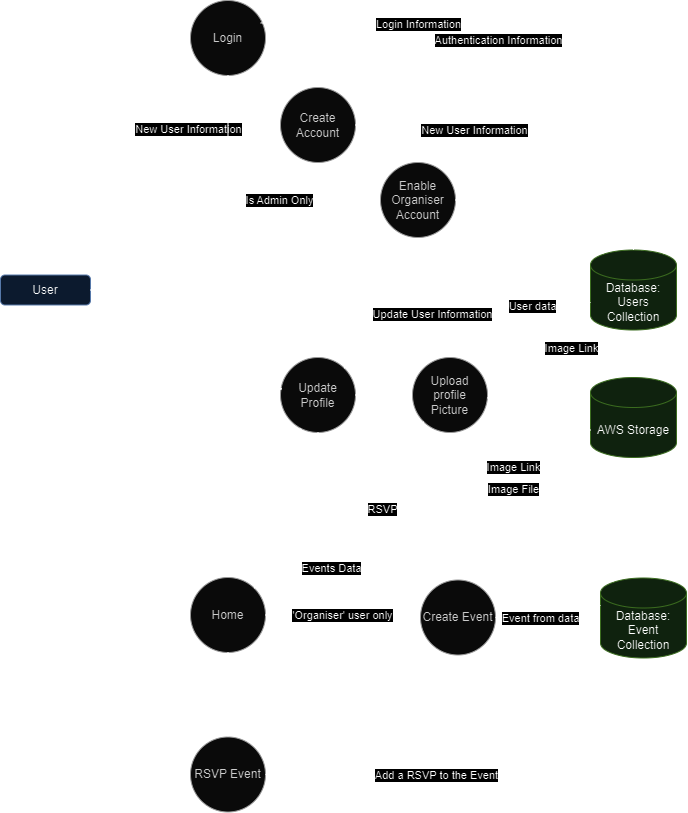
Earlier version of the draw.io export assets/DataFlowDiagram/overview_diagram.drawio.png (finleyjepson/T3A2-A). Source tidied: cells renumbered, new cells last; positions are measured from the earlier drawing's top-left corner, leaving out a move shared by most shapes.
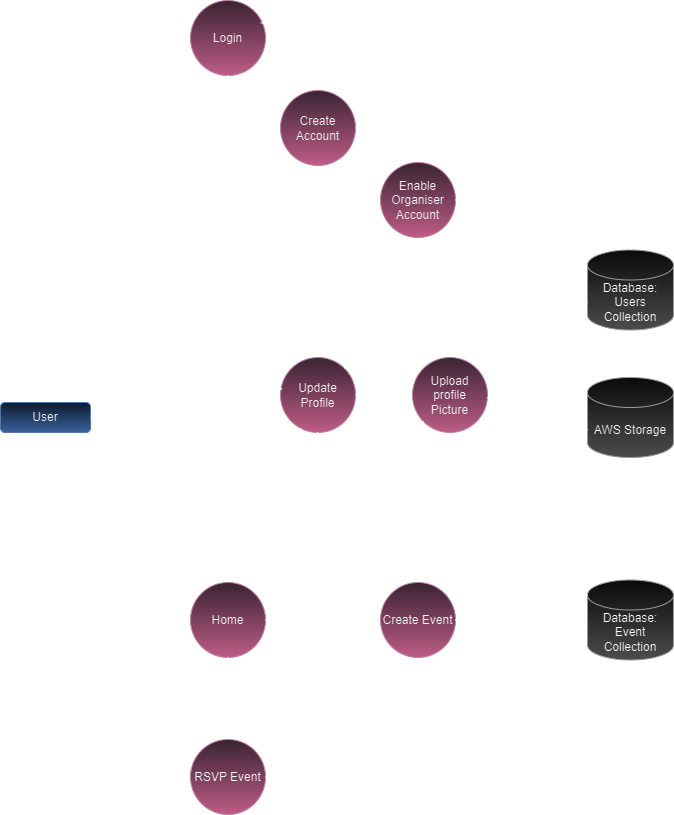
Above is the later version.

Commit message:
refactor: colour, layout

Change to the diagram source:
```diff
@@ -4,12 +4,12 @@
     <mxCell id="1" parent="0" />
-    <mxCell id="2" value="User" style="rounded=1;whiteSpace=wrap;html=1;fillColor=#dae8fc;strokeColor=#6c8ebf;" parent="1" vertex="1">
-      <mxGeometry y="274.5" width="90" height="30" as="geometry" />
+    <mxCell id="2" value="User" style="rounded=1;whiteSpace=wrap;html=1;fillColor=#dae8fc;strokeColor=#6c8ebf;gradientColor=#7ea6e0;" parent="1" vertex="1">
+      <mxGeometry y="402" width="90" height="30" as="geometry" />
     </mxCell>
-    <mxCell id="3" value="Login" style="ellipse;whiteSpace=wrap;html=1;fillColor=#f5f5f5;strokeColor=#666666;fontColor=#333333;" parent="1" vertex="1">
+    <mxCell id="3" value="Login" style="ellipse;whiteSpace=wrap;html=1;fillColor=#e6d0de;strokeColor=#996185;gradientColor=#d5739d;" parent="1" vertex="1">
       <mxGeometry x="190" width="75" height="75" as="geometry" />
     </mxCell>
-    <mxCell id="4" style="endArrow=classic;html=1;rounded=0;exitX=1;exitY=0.5;exitDx=0;exitDy=0;entryX=0;entryY=0.5;entryDx=0;entryDy=0;" parent="1" edge="1" source="2" target="3">
+    <mxCell id="4" style="endArrow=classic;html=1;rounded=1;exitX=1;exitY=0.5;exitDx=0;exitDy=0;entryX=0;entryY=0.5;entryDx=0;entryDy=0;curved=0;" parent="1" edge="1" source="2" target="3">
       <mxGeometry relative="1" as="geometry">
         <Array as="points">
-          <mxPoint x="120" y="290" />
+          <mxPoint x="120" y="417" />
           <mxPoint x="120" y="37" />
@@ -18,9 +18,9 @@
     </mxCell>
-    <mxCell id="5" value="Database: Users Collection" style="shape=cylinder3;whiteSpace=wrap;html=1;boundedLbl=1;backgroundOutline=1;size=15;fillColor=#d5e8d4;strokeColor=#82b366;" parent="1" vertex="1">
-      <mxGeometry x="590" y="249.5" width="86" height="80" as="geometry" />
+    <mxCell id="5" value="Database: Users Collection" style="shape=cylinder3;whiteSpace=wrap;html=1;boundedLbl=1;backgroundOutline=1;size=15;fillColor=#f5f5f5;strokeColor=#666666;gradientColor=#b3b3b3;" parent="1" vertex="1">
+      <mxGeometry x="587" y="249.5" width="86" height="80" as="geometry" />
     </mxCell>
-    <mxCell id="6" style="endArrow=classic;html=1;rounded=0;exitX=0.936;exitY=0.299;exitDx=0;exitDy=0;exitPerimeter=0;entryX=0.855;entryY=0;entryDx=0;entryDy=4.35;entryPerimeter=0;" parent="1" edge="1" source="3" target="5">
+    <mxCell id="6" style="endArrow=classic;html=1;rounded=1;exitX=0.936;exitY=0.299;exitDx=0;exitDy=0;exitPerimeter=0;entryX=0.855;entryY=0;entryDx=0;entryDy=4.35;entryPerimeter=0;curved=0;" parent="1" edge="1" source="3" target="5">
       <mxGeometry relative="1" as="geometry">
         <Array as="points">
-          <mxPoint x="664" y="22" />
+          <mxPoint x="660" y="22" />
         </Array>
@@ -28,6 +28,8 @@
     </mxCell>
-    <mxCell id="7" value="Login Information" style="edgeLabel;html=1;align=center;verticalAlign=middle;" parent="6" vertex="1">
-      <mxGeometry x="-0.51" y="-1" relative="1" as="geometry" />
+    <mxCell id="7" value="Login Information" style="edgeLabel;html=1;align=center;verticalAlign=middle;labelBackgroundColor=none;" parent="6" vertex="1">
+      <mxGeometry x="-0.51" y="-1" relative="1" as="geometry">
+        <mxPoint x="-4" y="-9" as="offset" />
+      </mxGeometry>
     </mxCell>
-    <mxCell id="8" style="endArrow=classic;html=1;rounded=0;exitX=0.5;exitY=0;exitDx=0;exitDy=0;exitPerimeter=0;entryX=1;entryY=0.5;entryDx=0;entryDy=0;" parent="1" edge="1" source="5" target="3">
+    <mxCell id="8" style="endArrow=classic;html=1;rounded=1;exitX=0.5;exitY=0;exitDx=0;exitDy=0;exitPerimeter=0;entryX=1;entryY=0.5;entryDx=0;entryDy=0;curved=0;" parent="1" edge="1" source="5" target="3">
       <mxGeometry relative="1" as="geometry">
@@ -38,17 +40,25 @@
     </mxCell>
-    <mxCell id="9" value="Authentication Information" style="edgeLabel;html=1;align=center;verticalAlign=middle;" parent="8" vertex="1">
-      <mxGeometry x="0.19" y="2" relative="1" as="geometry" />
+    <mxCell id="9" value="Authentication Information" style="edgeLabel;html=1;align=center;verticalAlign=middle;labelBackgroundColor=none;" parent="8" vertex="1">
+      <mxGeometry x="0.19" y="2" relative="1" as="geometry">
+        <mxPoint y="8" as="offset" />
+      </mxGeometry>
     </mxCell>
-    <mxCell id="10" value="Create Account" style="ellipse;whiteSpace=wrap;html=1;fillColor=#f5f5f5;strokeColor=#666666;fontColor=#333333;" parent="1" vertex="1">
-      <mxGeometry x="280" y="87" width="75" height="75" as="geometry" />
+    <mxCell id="10" value="Create Account" style="ellipse;whiteSpace=wrap;html=1;fillColor=#e6d0de;strokeColor=#996185;gradientColor=#d5739d;" parent="1" vertex="1">
+      <mxGeometry x="280" y="90" width="75" height="75" as="geometry" />
     </mxCell>
-    <mxCell id="11" style="endArrow=classic;html=1;rounded=0;entryX=0;entryY=0.5;entryDx=0;entryDy=0;" parent="1" edge="1" target="10">
+    <mxCell id="11" style="endArrow=classic;html=1;rounded=1;entryX=0;entryY=0.5;entryDx=0;entryDy=0;curved=0;" parent="1" edge="1" target="10">
       <mxGeometry relative="1" as="geometry">
-        <mxPoint x="120" y="125" as="sourcePoint" />
+        <mxPoint x="120" y="157" as="sourcePoint" />
+        <Array as="points">
+          <mxPoint x="150" y="157" />
+          <mxPoint x="150" y="127" />
+        </Array>
       </mxGeometry>
     </mxCell>
-    <mxCell id="12" value="New User Information" style="edgeLabel;html=1;align=center;verticalAlign=middle;" parent="11" vertex="1">
-      <mxGeometry x="-0.16" y="-3" relative="1" as="geometry" />
+    <mxCell id="12" value="New User Information" style="edgeLabel;html=1;align=center;verticalAlign=middle;labelBackgroundColor=none;" parent="11" vertex="1">
+      <mxGeometry x="-0.16" y="-3" relative="1" as="geometry">
+        <mxPoint x="40" y="7" as="offset" />
+      </mxGeometry>
     </mxCell>
-    <mxCell id="13" style="endArrow=classic;html=1;rounded=0;exitX=1;exitY=0.5;exitDx=0;exitDy=0;entryX=0.145;entryY=0;entryDx=0;entryDy=4.35;entryPerimeter=0;" parent="1" edge="1" source="10" target="5">
+    <mxCell id="13" style="endArrow=classic;html=1;rounded=1;exitX=1;exitY=0.5;exitDx=0;exitDy=0;entryX=0.145;entryY=0;entryDx=0;entryDy=4.35;entryPerimeter=0;curved=0;" parent="1" edge="1" source="10" target="5">
       <mxGeometry relative="1" as="geometry">
@@ -59,17 +69,25 @@
     </mxCell>
-    <mxCell id="14" value="New User Information" style="edgeLabel;html=1;align=center;verticalAlign=middle;" parent="13" vertex="1">
-      <mxGeometry x="-0.37" y="-3" relative="1" as="geometry" />
+    <mxCell id="14" value="New User Information" style="edgeLabel;html=1;align=center;verticalAlign=middle;labelBackgroundColor=none;" parent="13" vertex="1">
+      <mxGeometry x="-0.37" y="-3" relative="1" as="geometry">
+        <mxPoint y="-13" as="offset" />
+      </mxGeometry>
     </mxCell>
-    <mxCell id="15" value="Enable Organiser Account" style="ellipse;whiteSpace=wrap;html=1;fillColor=#f5f5f5;fontColor=#333333;strokeColor=#666666;" parent="1" vertex="1">
+    <mxCell id="15" value="Enable Organiser Account" style="ellipse;whiteSpace=wrap;html=1;fillColor=#e6d0de;strokeColor=#996185;gradientColor=#d5739d;" parent="1" vertex="1">
       <mxGeometry x="380" y="162" width="75" height="75" as="geometry" />
     </mxCell>
-    <mxCell id="16" style="endArrow=classic;html=1;rounded=0;entryX=0;entryY=0.5;entryDx=0;entryDy=0;" parent="1" edge="1" target="15">
+    <mxCell id="16" style="endArrow=classic;html=1;rounded=1;entryX=0;entryY=0.5;entryDx=0;entryDy=0;curved=0;" parent="1" edge="1" target="15">
       <mxGeometry relative="1" as="geometry">
-        <mxPoint x="120" y="200" as="sourcePoint" />
+        <mxPoint x="120" y="227" as="sourcePoint" />
+        <Array as="points">
+          <mxPoint x="150" y="227" />
+          <mxPoint x="150" y="199" />
+        </Array>
       </mxGeometry>
     </mxCell>
-    <mxCell id="17" value="Is Admin Only" style="edgeLabel;html=1;align=center;verticalAlign=middle;" parent="16" vertex="1">
-      <mxGeometry x="0.22" y="1" relative="1" as="geometry" />
+    <mxCell id="17" value="Is Admin Only" style="edgeLabel;html=1;align=center;verticalAlign=middle;labelBackgroundColor=none;" parent="16" vertex="1">
+      <mxGeometry x="0.22" y="1" relative="1" as="geometry">
+        <mxPoint x="3" y="-9" as="offset" />
+      </mxGeometry>
     </mxCell>
-    <mxCell id="18" style="endArrow=classic;html=1;rounded=0;exitX=1;exitY=0.5;exitDx=0;exitDy=0;entryX=0;entryY=0;entryDx=0;entryDy=27.5;entryPerimeter=0;" parent="1" edge="1" source="15" target="5">
+    <mxCell id="18" style="endArrow=classic;html=1;rounded=1;exitX=1;exitY=0.5;exitDx=0;exitDy=0;entryX=0;entryY=0;entryDx=0;entryDy=27.5;entryPerimeter=0;curved=0;" parent="1" edge="1" source="15" target="5">
       <mxGeometry relative="1" as="geometry">
@@ -84,9 +102,9 @@
     </mxCell>
-    <mxCell id="20" value="Home" style="ellipse;whiteSpace=wrap;html=1;fillColor=#f5f5f5;fontColor=#333333;strokeColor=#666666;" parent="1" vertex="1">
-      <mxGeometry x="190" y="577" width="75" height="75" as="geometry" />
+    <mxCell id="20" value="Home" style="ellipse;whiteSpace=wrap;html=1;fillColor=#e6d0de;strokeColor=#996185;gradientColor=#d5739d;" parent="1" vertex="1">
+      <mxGeometry x="190" y="582" width="75" height="75" as="geometry" />
     </mxCell>
-    <mxCell id="21" value="Database: Event Collection" style="shape=cylinder3;whiteSpace=wrap;html=1;boundedLbl=1;backgroundOutline=1;size=15;fillColor=#d5e8d4;strokeColor=#82b366;" parent="1" vertex="1">
-      <mxGeometry x="600" y="577.5" width="86" height="80" as="geometry" />
+    <mxCell id="21" value="Database: Event Collection" style="shape=cylinder3;whiteSpace=wrap;html=1;boundedLbl=1;backgroundOutline=1;size=15;fillColor=#f5f5f5;strokeColor=#666666;gradientColor=#b3b3b3;" parent="1" vertex="1">
+      <mxGeometry x="587" y="579.5" width="86" height="80" as="geometry" />
     </mxCell>
-    <mxCell id="22" value="Update Profile" style="ellipse;whiteSpace=wrap;html=1;fillColor=#f5f5f5;fontColor=#333333;strokeColor=#666666;" parent="1" vertex="1">
+    <mxCell id="22" value="Update Profile" style="ellipse;whiteSpace=wrap;html=1;fillColor=#e6d0de;strokeColor=#996185;gradientColor=#d5739d;" parent="1" vertex="1">
       <mxGeometry x="280" y="357" width="75" height="75" as="geometry" />
@@ -100,3 +118,3 @@
     </mxCell>
-    <mxCell id="24" style="endArrow=classic;html=1;rounded=0;exitX=1;exitY=0;exitDx=0;exitDy=0;entryX=0;entryY=1;entryDx=0;entryDy=-15;entryPerimeter=0;" parent="1" edge="1" source="22" target="5">
+    <mxCell id="24" style="endArrow=classic;html=1;rounded=1;exitX=1;exitY=0;exitDx=0;exitDy=0;entryX=0;entryY=1;entryDx=0;entryDy=-15;entryPerimeter=0;curved=0;" parent="1" edge="1" source="22" target="5">
       <mxGeometry relative="1" as="geometry">
@@ -107,6 +125,8 @@
     </mxCell>
-    <mxCell id="25" value="Update User Information" style="edgeLabel;html=1;align=center;verticalAlign=middle;" parent="24" vertex="1">
-      <mxGeometry x="-0.06" y="2" relative="1" as="geometry" />
+    <mxCell id="25" value="Update User Information" style="edgeLabel;html=1;align=center;verticalAlign=middle;labelBackgroundColor=none;" parent="24" vertex="1">
+      <mxGeometry x="-0.06" y="2" relative="1" as="geometry">
+        <mxPoint y="10" as="offset" />
+      </mxGeometry>
     </mxCell>
-    <mxCell id="26" style="endArrow=classic;html=1;rounded=0;exitX=0;exitY=0;exitDx=0;exitDy=52.5;exitPerimeter=0;entryX=0.5;entryY=0;entryDx=0;entryDy=0;" parent="1" edge="1" source="5" target="22">
+    <mxCell id="26" style="endArrow=classic;html=1;rounded=1;exitX=0;exitY=0;exitDx=0;exitDy=52.5;exitPerimeter=0;entryX=0.5;entryY=0;entryDx=0;entryDy=0;curved=0;" parent="1" edge="1" source="5" target="22">
       <mxGeometry relative="1" as="geometry">
@@ -117,9 +137,9 @@
     </mxCell>
-    <mxCell id="27" value="User data" style="edgeLabel;html=1;align=center;verticalAlign=middle;" parent="26" vertex="1">
+    <mxCell id="27" value="User data" style="edgeLabel;html=1;align=center;verticalAlign=middle;labelBackgroundColor=none;" parent="26" vertex="1">
       <mxGeometry x="0.52" y="2" relative="1" as="geometry">
-        <mxPoint x="189" y="1" as="offset" />
+        <mxPoint x="179" y="-12" as="offset" />
       </mxGeometry>
     </mxCell>
-    <mxCell id="28" value="Create Event" style="ellipse;whiteSpace=wrap;html=1;fillColor=#f5f5f5;fontColor=#333333;strokeColor=#666666;" parent="1" vertex="1">
-      <mxGeometry x="420" y="579.5" width="75" height="75" as="geometry" />
+    <mxCell id="28" value="Create Event" style="ellipse;whiteSpace=wrap;html=1;fillColor=#e6d0de;strokeColor=#996185;gradientColor=#d5739d;" parent="1" vertex="1">
+      <mxGeometry x="380" y="582" width="75" height="75" as="geometry" />
     </mxCell>
@@ -128,16 +148,16 @@
     </mxCell>
-    <mxCell id="30" value="'Organiser' user only" style="edgeLabel;html=1;align=center;verticalAlign=middle;" parent="29" vertex="1">
+    <mxCell id="30" value="'Organiser' user only" style="edgeLabel;html=1;align=center;verticalAlign=middle;labelBackgroundColor=none;" parent="29" vertex="1">
       <mxGeometry x="-0.17" y="2" relative="1" as="geometry">
-        <mxPoint x="11" y="1" as="offset" />
+        <mxPoint x="5" y="-7" as="offset" />
       </mxGeometry>
     </mxCell>
-    <mxCell id="31" style="endArrow=classic;html=1;rounded=0;exitX=1;exitY=0.5;exitDx=0;exitDy=0;entryX=0;entryY=0.5;entryDx=0;entryDy=0;entryPerimeter=0;" parent="1" edge="1" source="28" target="21">
+    <mxCell id="31" style="endArrow=classic;html=1;rounded=1;exitX=1;exitY=0.5;exitDx=0;exitDy=0;entryX=0;entryY=0.5;entryDx=0;entryDy=0;entryPerimeter=0;curved=0;" parent="1" edge="1" source="28" target="21">
       <mxGeometry relative="1" as="geometry" />
     </mxCell>
-    <mxCell id="32" value="Event from data" style="edgeLabel;html=1;align=center;verticalAlign=middle;" parent="31" vertex="1">
+    <mxCell id="32" value="Event from data" style="edgeLabel;html=1;align=center;verticalAlign=middle;labelBackgroundColor=none;" parent="31" vertex="1">
       <mxGeometry x="-0.3" y="-1" relative="1" as="geometry">
-        <mxPoint x="8" y="-1" as="offset" />
+        <mxPoint x="8" y="-10" as="offset" />
       </mxGeometry>
     </mxCell>
-    <mxCell id="33" style="endArrow=classic;html=1;rounded=0;exitX=0.5;exitY=1;exitDx=0;exitDy=0;entryX=0.145;entryY=0;entryDx=0;entryDy=4.35;entryPerimeter=0;" parent="1" edge="1" source="22" target="21">
+    <mxCell id="33" style="endArrow=classic;html=1;rounded=1;exitX=0.5;exitY=1;exitDx=0;exitDy=0;entryX=0.5;entryY=0;entryDx=0;entryDy=0;entryPerimeter=0;curved=0;" parent="1" edge="1" source="22" target="21">
       <mxGeometry relative="1" as="geometry">
@@ -145,3 +165,3 @@
           <mxPoint x="318" y="507" />
-          <mxPoint x="612" y="507" />
+          <mxPoint x="630" y="507" />
         </Array>
@@ -149,9 +169,12 @@
     </mxCell>
-    <mxCell id="34" value="RSVP" style="edgeLabel;html=1;align=center;verticalAlign=middle;" parent="33" vertex="1">
-      <mxGeometry x="-0.38" y="-1" relative="1" as="geometry" />
+    <mxCell id="34" value="RSVP" style="edgeLabel;html=1;align=center;verticalAlign=middle;labelBackgroundColor=none;" parent="33" vertex="1">
+      <mxGeometry x="-0.38" y="-1" relative="1" as="geometry">
+        <mxPoint y="-9" as="offset" />
+      </mxGeometry>
     </mxCell>
-    <mxCell id="35" style="endArrow=classic;html=1;rounded=0;entryX=0.267;entryY=0.933;entryDx=0;entryDy=0;entryPerimeter=0;exitX=0;exitY=0;exitDx=0;exitDy=27.5;exitPerimeter=0;" parent="1" edge="1" source="21" target="22">
+    <mxCell id="35" style="endArrow=classic;html=1;rounded=1;entryX=0.267;entryY=0.933;entryDx=0;entryDy=0;entryPerimeter=0;exitX=0;exitY=0;exitDx=0;exitDy=15;exitPerimeter=0;curved=0;" parent="1" edge="1" source="21">
       <mxGeometry relative="1" as="geometry">
+        <mxPoint x="300" y="427" as="targetPoint" />
         <Array as="points">
-          <mxPoint x="550" y="605" />
+          <mxPoint x="550" y="595" />
           <mxPoint x="550" y="567" />
@@ -161,7 +184,9 @@
     </mxCell>
-    <mxCell id="36" value="Events Data" style="edgeLabel;html=1;align=center;verticalAlign=middle;" parent="35" vertex="1">
-      <mxGeometry x="0.29" relative="1" as="geometry" />
+    <mxCell id="36" value="Events Data" style="edgeLabel;html=1;align=center;verticalAlign=middle;labelBackgroundColor=none;" parent="35" vertex="1">
+      <mxGeometry x="0.29" relative="1" as="geometry">
+        <mxPoint x="168" y="-8" as="offset" />
+      </mxGeometry>
     </mxCell>
-    <mxCell id="37" value="RSVP Event" style="ellipse;whiteSpace=wrap;html=1;fillColor=#f5f5f5;fontColor=#333333;strokeColor=#666666;" parent="1" vertex="1">
-      <mxGeometry x="190" y="736.5" width="75" height="75" as="geometry" />
+    <mxCell id="37" value="RSVP Event" style="ellipse;whiteSpace=wrap;html=1;fillColor=#e6d0de;strokeColor=#996185;gradientColor=#d5739d;" parent="1" vertex="1">
+      <mxGeometry x="190" y="739" width="75" height="75" as="geometry" />
     </mxCell>
@@ -170,6 +195,6 @@
     </mxCell>
-    <mxCell id="39" style="endArrow=classic;html=1;rounded=0;exitX=1;exitY=0.5;exitDx=0;exitDy=0;entryX=0.5;entryY=1;entryDx=0;entryDy=0;entryPerimeter=0;" parent="1" edge="1" source="37" target="21">
+    <mxCell id="39" style="endArrow=classic;html=1;rounded=1;exitX=1;exitY=0.5;exitDx=0;exitDy=0;entryX=0.5;entryY=1;entryDx=0;entryDy=0;entryPerimeter=0;curved=0;" parent="1" edge="1" source="37" target="21">
       <mxGeometry relative="1" as="geometry">
         <Array as="points">
-          <mxPoint x="643" y="774.5" />
+          <mxPoint x="630" y="777" />
         </Array>
@@ -177,10 +202,12 @@
     </mxCell>
-    <mxCell id="40" value="Add a RSVP to the Event" style="edgeLabel;html=1;align=center;verticalAlign=middle;" parent="39" vertex="1">
-      <mxGeometry x="-0.31" relative="1" as="geometry" />
+    <mxCell id="40" value="Add a RSVP to the Event" style="edgeLabel;html=1;align=center;verticalAlign=middle;labelBackgroundColor=none;" parent="39" vertex="1">
+      <mxGeometry x="-0.31" relative="1" as="geometry">
+        <mxPoint y="-9" as="offset" />
+      </mxGeometry>
     </mxCell>
-    <mxCell id="41" value="Upload profile Picture" style="ellipse;whiteSpace=wrap;html=1;fillColor=#f5f5f5;fontColor=#333333;strokeColor=#666666;" parent="1" vertex="1">
+    <mxCell id="41" value="Upload profile Picture" style="ellipse;whiteSpace=wrap;html=1;fillColor=#e6d0de;strokeColor=#996185;gradientColor=#d5739d;" parent="1" vertex="1">
       <mxGeometry x="412" y="357" width="75" height="75" as="geometry" />
     </mxCell>
-    <mxCell id="42" value="AWS Storage" style="shape=cylinder3;whiteSpace=wrap;html=1;boundedLbl=1;backgroundOutline=1;size=15;fillColor=#d5e8d4;strokeColor=#82b366;" parent="1" vertex="1">
-      <mxGeometry x="590" y="377" width="86" height="80" as="geometry" />
+    <mxCell id="42" value="AWS Storage" style="shape=cylinder3;whiteSpace=wrap;html=1;boundedLbl=1;backgroundOutline=1;size=15;fillColor=#f5f5f5;strokeColor=#666666;gradientColor=#b3b3b3;" parent="1" vertex="1">
+      <mxGeometry x="587" y="377" width="86" height="80" as="geometry" />
     </mxCell>
@@ -189,3 +216,3 @@
     </mxCell>
-    <mxCell id="44" style="endArrow=classic;html=1;rounded=0;exitX=0;exitY=1;exitDx=0;exitDy=0;entryX=0.5;entryY=1;entryDx=0;entryDy=0;entryPerimeter=0;" parent="1" edge="1" source="41" target="42">
+    <mxCell id="44" style="endArrow=classic;html=1;rounded=1;exitX=0;exitY=1;exitDx=0;exitDy=0;entryX=0.5;entryY=1;entryDx=0;entryDy=0;entryPerimeter=0;curved=0;" parent="1" edge="1" source="41" target="42">
       <mxGeometry relative="1" as="geometry">
@@ -193,3 +220,3 @@
           <mxPoint x="423" y="487" />
-          <mxPoint x="633" y="487" />
+          <mxPoint x="630" y="487" />
         </Array>
@@ -197,6 +224,8 @@
     </mxCell>
-    <mxCell id="45" value="Image File" style="edgeLabel;html=1;align=center;verticalAlign=middle;" parent="44" vertex="1">
-      <mxGeometry x="0.02" y="-1" relative="1" as="geometry" />
+    <mxCell id="45" value="Image File" style="edgeLabel;html=1;align=center;verticalAlign=middle;labelBackgroundColor=none;" parent="44" vertex="1">
+      <mxGeometry x="0.02" y="-1" relative="1" as="geometry">
+        <mxPoint y="-9" as="offset" />
+      </mxGeometry>
     </mxCell>
-    <mxCell id="46" style="endArrow=classic;html=1;rounded=0;entryX=0.5;entryY=1;entryDx=0;entryDy=0;exitX=0;exitY=0;exitDx=0;exitDy=52.5;exitPerimeter=0;" parent="1" edge="1" source="42" target="41">
+    <mxCell id="46" style="endArrow=classic;html=1;rounded=1;entryX=0.5;entryY=1;entryDx=0;entryDy=0;exitX=0;exitY=0;exitDx=0;exitDy=52.5;exitPerimeter=0;curved=0;" parent="1" edge="1" source="42" target="41">
       <mxGeometry relative="1" as="geometry">
@@ -209,6 +238,8 @@
     </mxCell>
-    <mxCell id="47" value="Image Link" style="edgeLabel;html=1;align=center;verticalAlign=middle;" parent="46" vertex="1">
-      <mxGeometry x="0.09" y="-1" relative="1" as="geometry" />
+    <mxCell id="47" value="Image Link" style="edgeLabel;html=1;align=center;verticalAlign=middle;labelBackgroundColor=none;" parent="46" vertex="1">
+      <mxGeometry x="0.09" y="-1" relative="1" as="geometry">
+        <mxPoint y="-7" as="offset" />
+      </mxGeometry>
     </mxCell>
-    <mxCell id="48" style="endArrow=classic;html=1;rounded=0;exitX=0.997;exitY=0.539;exitDx=0;exitDy=0;exitPerimeter=0;entryX=0.5;entryY=1;entryDx=0;entryDy=0;entryPerimeter=0;" parent="1" edge="1" source="41" target="5">
+    <mxCell id="48" style="endArrow=classic;html=1;rounded=1;exitX=0.997;exitY=0.539;exitDx=0;exitDy=0;exitPerimeter=0;entryX=0.5;entryY=1;entryDx=0;entryDy=0;entryPerimeter=0;curved=0;" parent="1" edge="1" source="41" target="5">
       <mxGeometry relative="1" as="geometry">
@@ -217,3 +248,3 @@
           <mxPoint x="530" y="347" />
-          <mxPoint x="633" y="347" />
+          <mxPoint x="630" y="347" />
         </Array>
@@ -221,5 +252,5 @@
     </mxCell>
-    <mxCell id="49" value="Image Link" style="edgeLabel;html=1;align=center;verticalAlign=middle;" parent="48" vertex="1">
+    <mxCell id="49" value="Image Link" style="edgeLabel;html=1;align=center;verticalAlign=middle;labelBackgroundColor=none;" parent="48" vertex="1">
       <mxGeometry x="-0.42" y="-1" relative="1" as="geometry">
-        <mxPoint x="39" y="-31" as="offset" />
+        <mxPoint x="39" y="-41" as="offset" />
       </mxGeometry>
```
